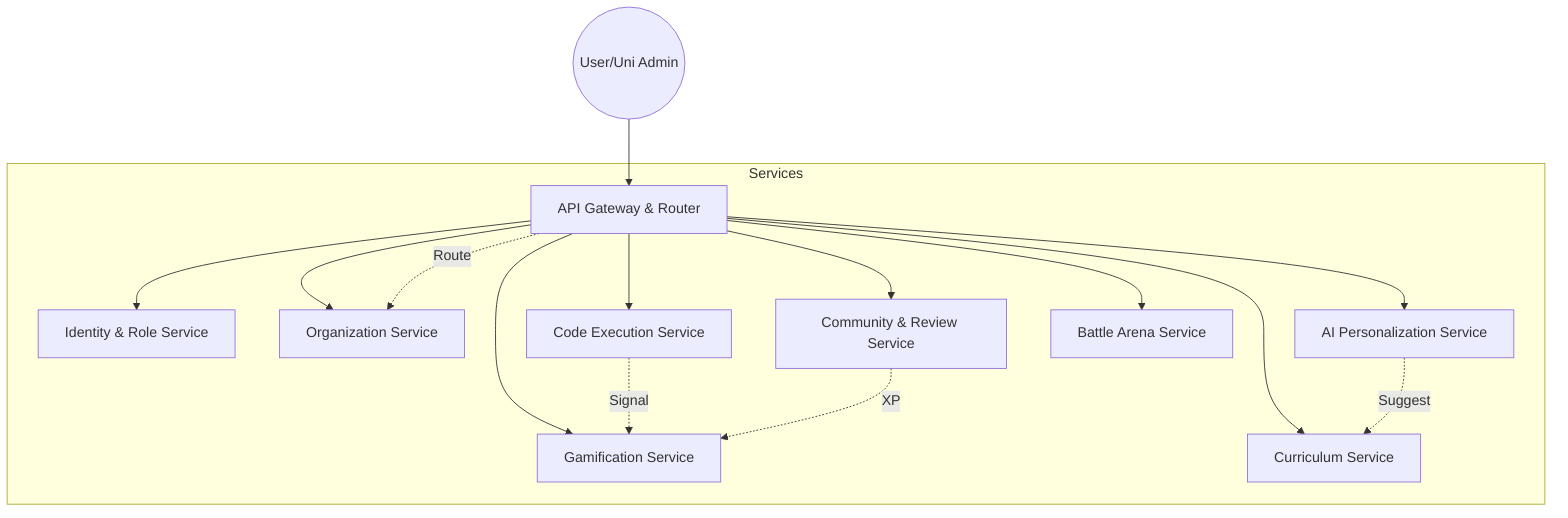
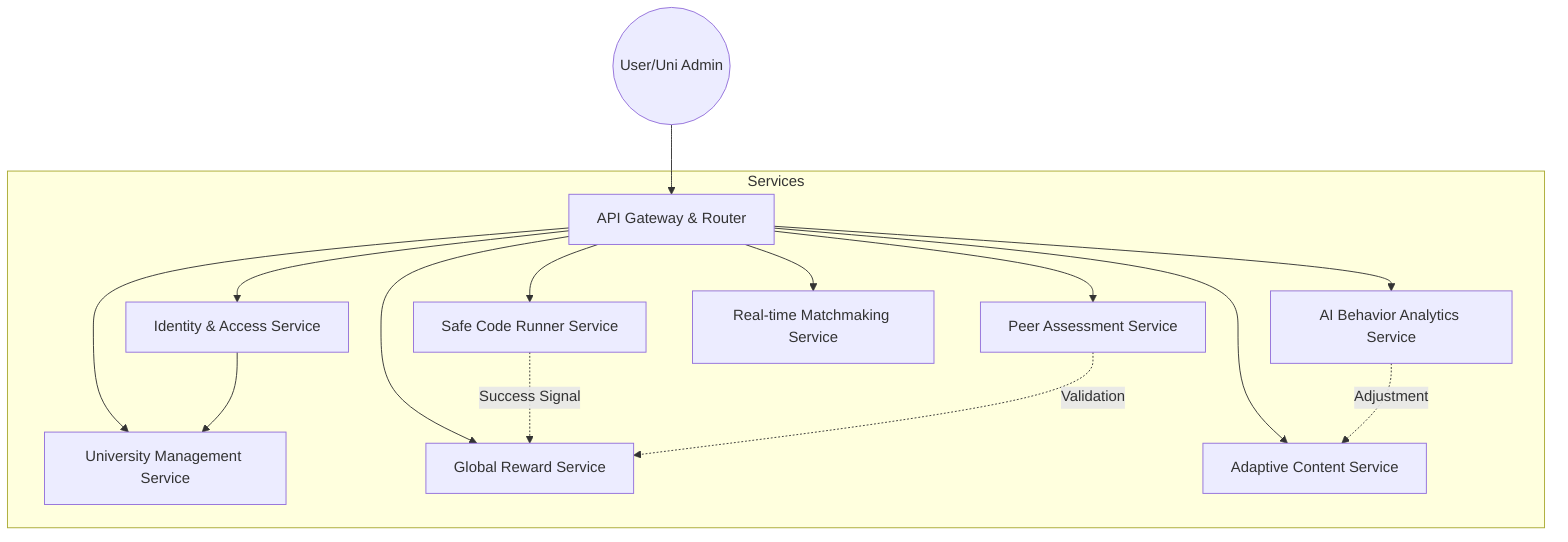
graph TD
  User((User/Uni Admin)) --> Gateway[API Gateway & Router]

  subgraph Services
-     Gateway --> Auth[Identity & Role Service]
-     Gateway --> Org[Organization Service]
-     Gateway --> Gami[Gamification Service]
-     Gateway --> Content[Curriculum Service]
-     Gateway --> Sandbox[Code Execution Service]
-     Gateway --> AI[AI Personalization Service]
-     Gateway --> Social[Community & Review Service]
-     Gateway --> Arena[Battle Arena Service]
+     Gateway --> Identity[Identity & Access Service]
+     Gateway --> Tenant[University Management Service]
+     Gateway --> XP[Global Reward Service]
+     Gateway --> Course[Adaptive Content Service]
+     Gateway --> Runner[Safe Code Runner Service]
+     Gateway --> Tutor[AI Behavior Analytics Service]
+     Gateway --> Feedback[Peer Assessment Service]
+     Gateway --> Duel[Real-time Matchmaking Service]
  end

  %% Logic flow
-   Gateway -.->|Route| Org
-   Sandbox -.->|Signal| Gami
-   AI -.->|Suggest| Content
-   Social -.->|XP| Gami
+   Identity --> Tenant
+   Runner -.->|Success Signal| XP
+   Tutor -.->|Adjustment| Course
+   Feedback -.->|Validation| XP
